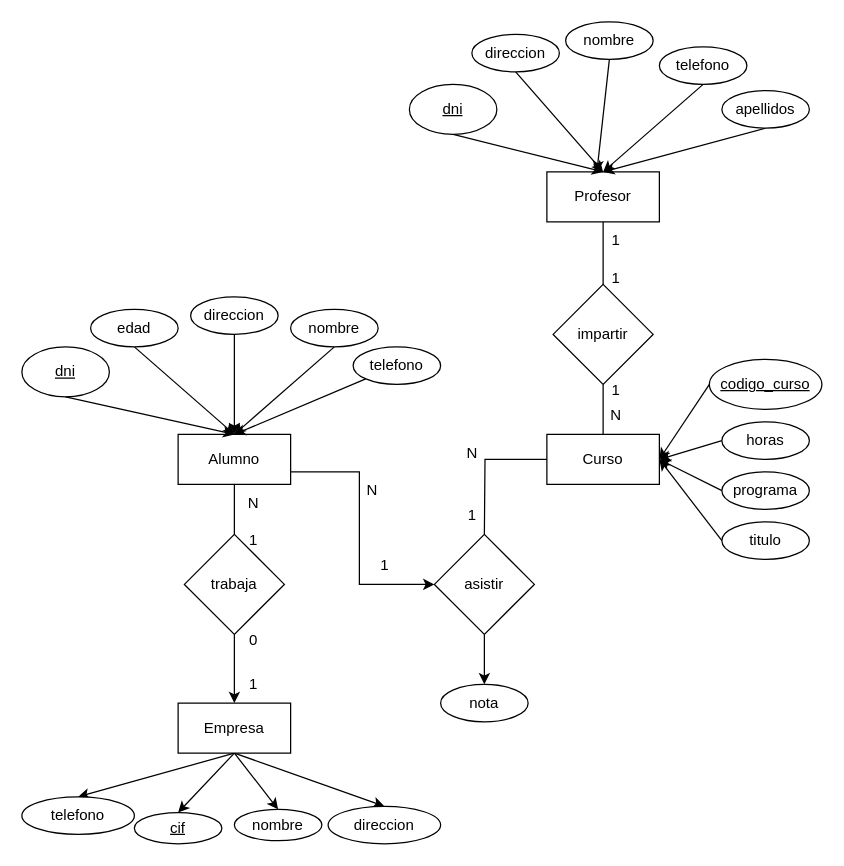
This is ej2.drawio from adriii28/amr-tsys-C3U12-11102023, a draw.io file, before an edit. Source tidied: cells renumbered, new cells numbered last; positions are measured from the earlier drawing's top-left corner, leaving out a move shared by most shapes. Both pictures are drawn from the tidied source at 125%, with x=0, y=0 at pixel (21, 21).
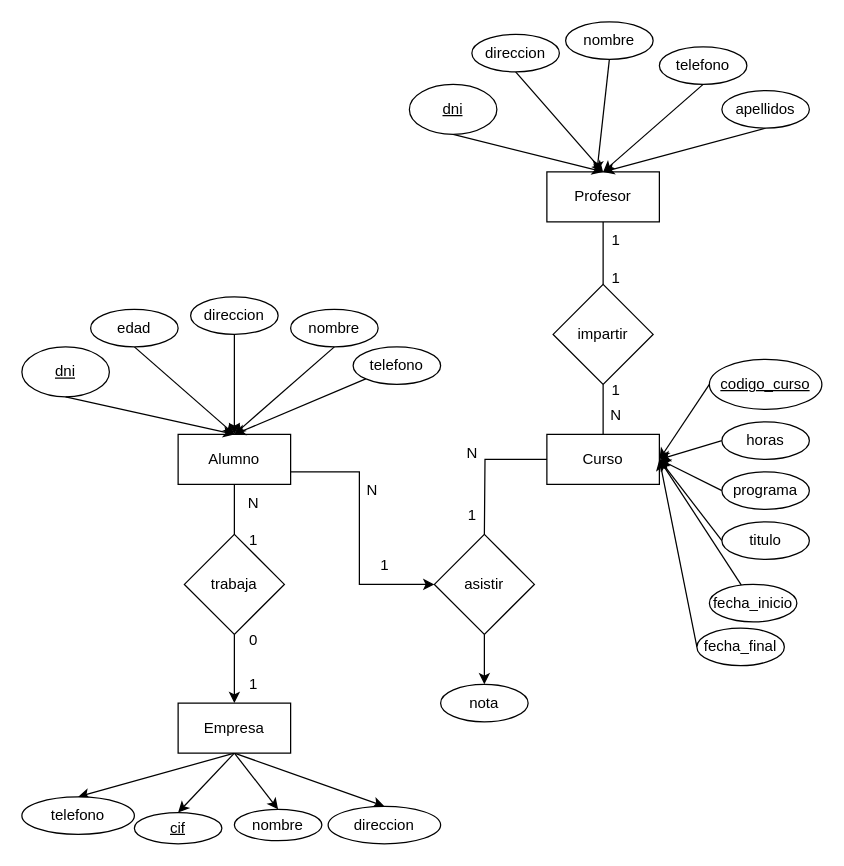
After the change.

Unchanged cells that the change refers to:
```xml
<mxCell id="4" value="Curso" style="rounded=0;whiteSpace=wrap;html=1;" parent="1" vertex="1">
  <mxGeometry x="420" y="330" width="90" height="40" as="geometry" />
</mxCell>
```

What changed in the source:
```diff
@@
+    <mxCell id="65" style="rounded=0;jettySize=auto;html=1;entryX=1;entryY=0.5;entryDx=0;entryDy=0;" parent="1" edge="1" source="66" target="4">
+      <mxGeometry relative="1" as="geometry" />
+    </mxCell>
+    <mxCell id="66" value="fecha_inicio" style="ellipse;whiteSpace=wrap;html=1;" parent="1" vertex="1">
+      <mxGeometry x="550" y="450" width="70" height="30" as="geometry" />
+    </mxCell>
+    <mxCell id="67" style="rounded=0;jettySize=auto;html=1;entryX=1;entryY=0.5;entryDx=0;entryDy=0;exitX=0;exitY=0.5;exitDx=0;exitDy=0;" parent="1" edge="1" source="68" target="4">
+      <mxGeometry relative="1" as="geometry" />
+    </mxCell>
+    <mxCell id="68" value="fecha_final" style="ellipse;whiteSpace=wrap;html=1;" parent="1" vertex="1">
+      <mxGeometry x="540" y="485" width="70" height="30" as="geometry" />
+    </mxCell>
```
